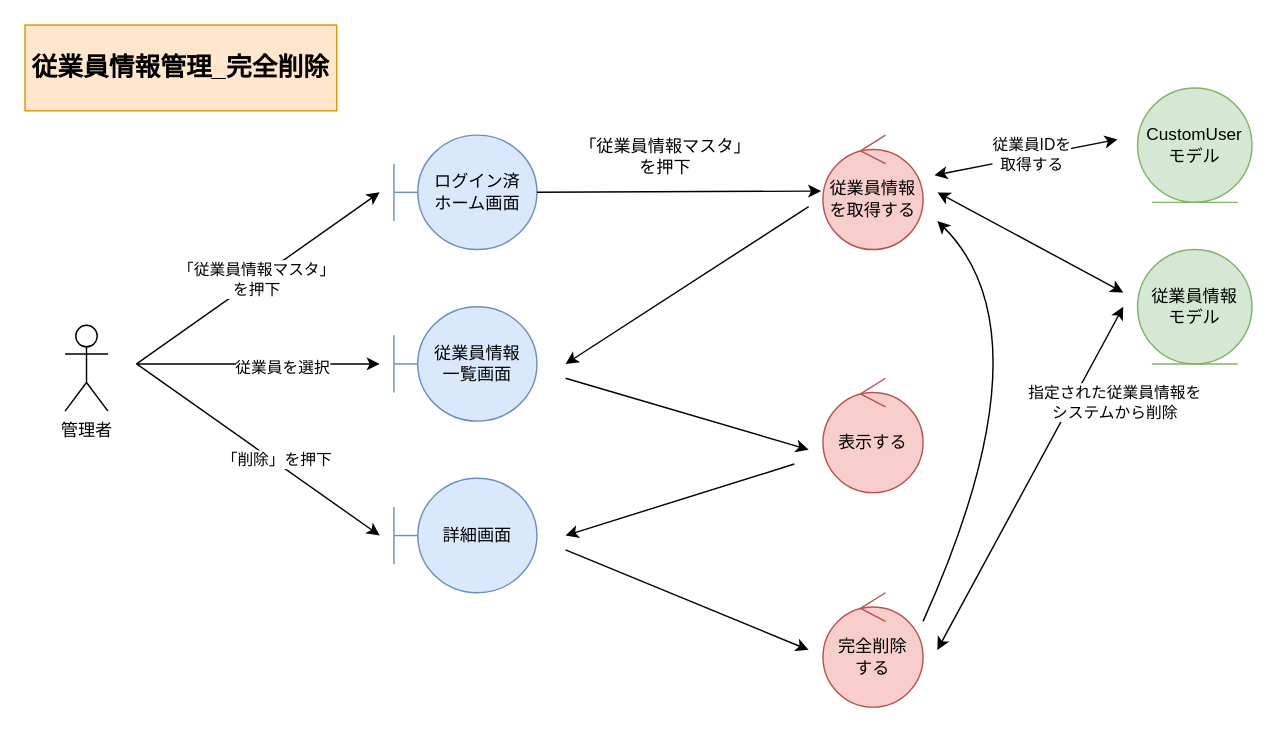
This is page "*従業員情報管理_完全削除" (5 of 5) of 各種設計書/3ロバストネス図/マスタ管理/F01従業員マスタ.drawio from HaruShim/Sotuken, a draw.io file, before an edit. Source tidied: cells renumbered, new cells numbered last; positions are measured from the earlier drawing's top-left corner, leaving out a move shared by most shapes. Both pictures are drawn from the tidied source at 143%, with x=0, y=0 at pixel (24, 24).
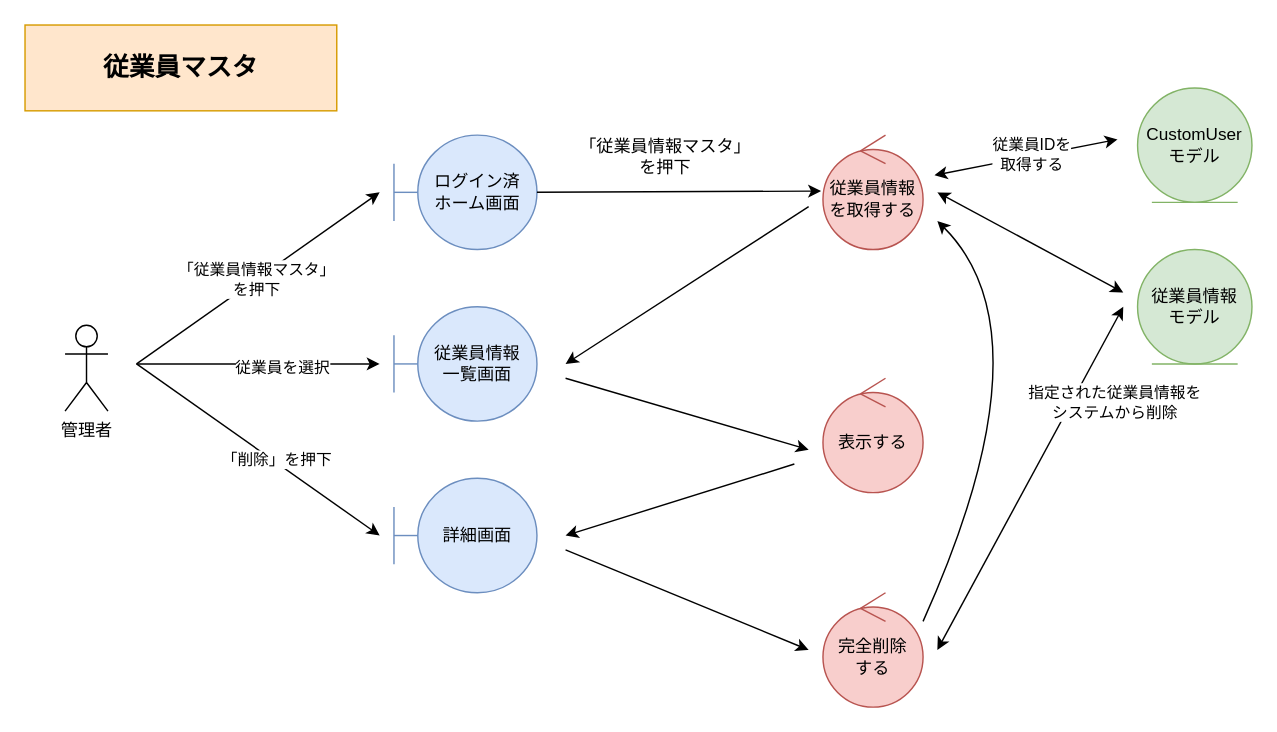
After the change.

Diff of the diagram source:
```diff
@@
-    <mxCell id="18" value="従業員情報管理_完全削除" style="rounded=0;whiteSpace=wrap;html=1;fillColor=#ffe6cc;strokeColor=#d79b00;fontStyle=1;fontSize=18;" parent="1" vertex="1">
+    <mxCell id="18" value="従業員マスタ" style="rounded=0;whiteSpace=wrap;html=1;fillColor=#ffe6cc;strokeColor=#d79b00;fontStyle=1;fontSize=18;" parent="1" vertex="1">
       <mxGeometry width="218" height="60" as="geometry" />
     </mxCell>
```
